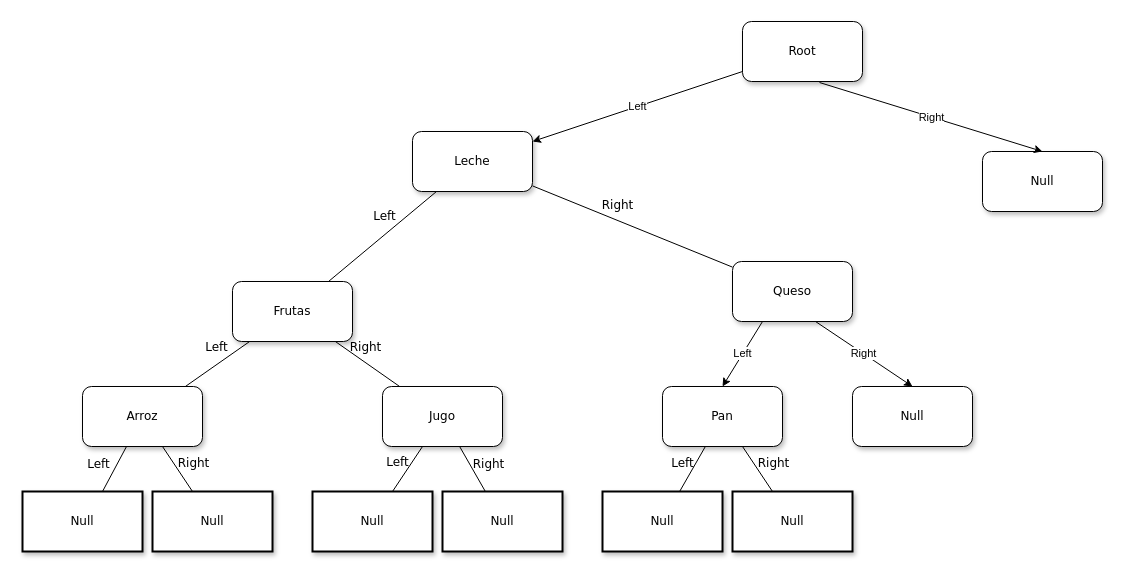
This is BinarySearchTree.drawio from KernelDiego/notes, a draw.io file, before an edit. Source tidied: cells renumbered, new cells numbered last; positions are measured from the earlier drawing's top-left corner, leaving out a move shared by most shapes. Both pictures are drawn from the tidied source at 100%, with x=0, y=0 at pixel (22, 21).
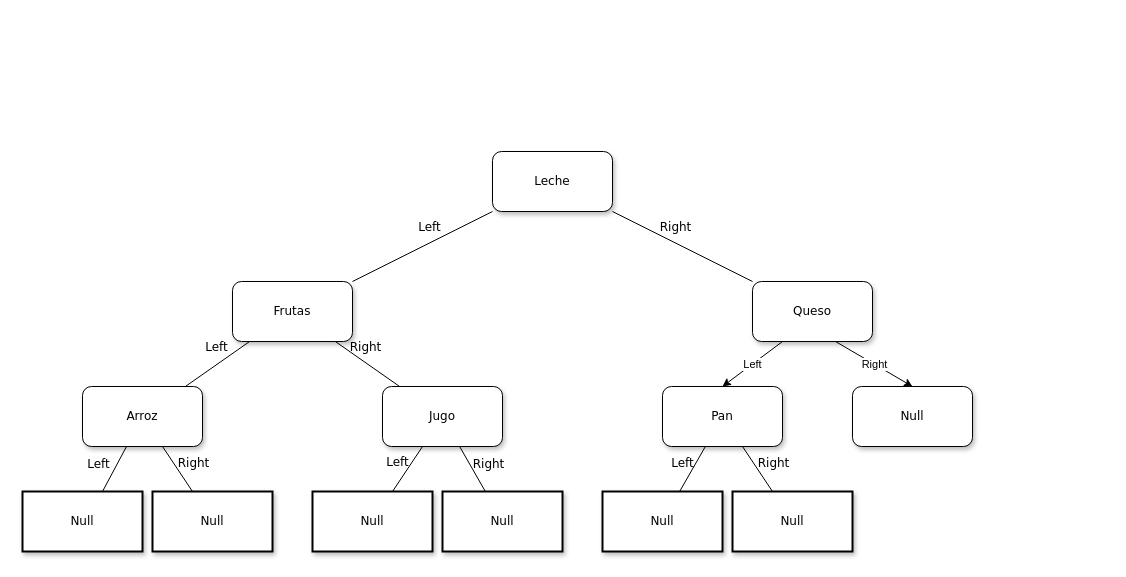
After the change.

The edit, as a diff of the source:
```diff
@@
-    <mxCell id="2" value="Root" style="whiteSpace=wrap;html=1;rounded=1;shadow=1;labelBackgroundColor=none;strokeWidth=1;fontFamily=Verdana;fontSize=12;align=center;" parent="1" vertex="1">
-      <mxGeometry x="720" width="120" height="60" as="geometry" />
-    </mxCell>
     <mxCell id="3" value="&lt;span&gt;Leche&lt;/span&gt;" style="whiteSpace=wrap;html=1;rounded=1;shadow=1;labelBackgroundColor=none;strokeWidth=1;fontFamily=Verdana;fontSize=12;align=center;" parent="1" vertex="1">
-      <mxGeometry x="390" y="110" width="120" height="60" as="geometry" />
+      <mxGeometry x="470" y="130" width="120" height="60" as="geometry" />
     </mxCell>
-    <mxCell id="4" value="&lt;span&gt;Null&lt;/span&gt;" style="whiteSpace=wrap;html=1;rounded=1;shadow=1;labelBackgroundColor=none;strokeWidth=1;fontFamily=Verdana;fontSize=12;align=center;" parent="1" vertex="1">
-      <mxGeometry x="960" y="130" width="120" height="60" as="geometry" />
-    </mxCell>
@@
     <mxCell id="6" value="Queso" style="whiteSpace=wrap;html=1;rounded=1;shadow=1;labelBackgroundColor=none;strokeWidth=1;fontFamily=Verdana;fontSize=12;align=center;" parent="1" vertex="1">
-      <mxGeometry x="710" y="240" width="120" height="60" as="geometry" />
+      <mxGeometry x="730" y="260" width="120" height="60" as="geometry" />
     </mxCell>
@@
-    <mxCell id="21" value="Right" style="edgeStyle=none;jettySize=auto;html=1;rounded=0;entryX=0.5;entryY=0;entryDx=0;entryDy=0;exitX=0.642;exitY=1.017;exitDx=0;exitDy=0;exitPerimeter=0;" parent="1" edge="1" source="2" target="4">
-      <mxGeometry relative="1" as="geometry" />
-    </mxCell>
-    <mxCell id="22" value="Left" style="edgeStyle=none;jettySize=auto;html=1;rounded=0;" parent="1" edge="1" source="2" target="3">
-      <mxGeometry relative="1" as="geometry" />
-    </mxCell>
```
